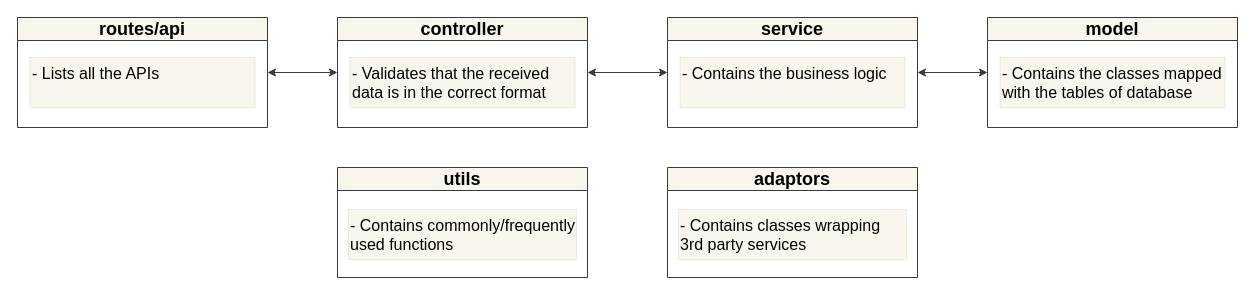
Before: docs/System Architecture.drawio in busycaesar/Content_Driven_LLM_APIs, a draw.io diagram. Source tidied: cells renumbered, new cells numbered last; positions are measured from the earlier drawing's top-left corner, leaving out a move shared by most shapes. Both pictures are drawn from the tidied source at 100%, with x=0, y=0 at pixel (17, 17).
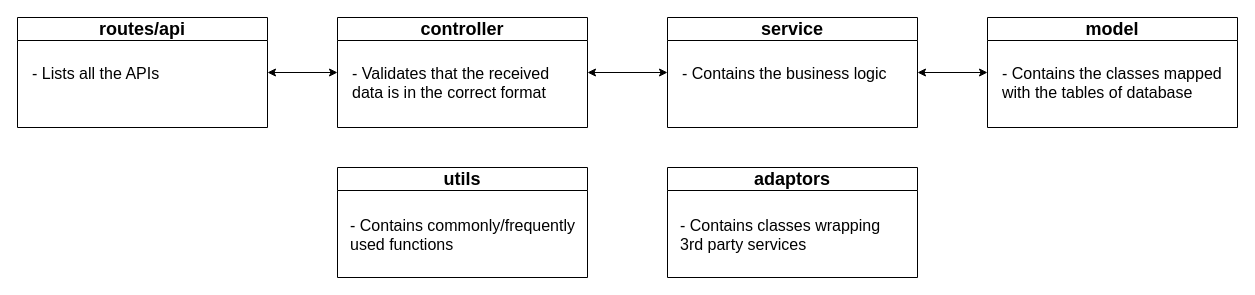
The same diagram, later.

What changed in the source:
```diff
@@
 <mxGraphModel>
   <root>
     <mxCell id="0" />
     <mxCell id="1" parent="0" />
-    <mxCell id="2" value="&lt;font style=&quot;font-size: 18px;&quot;&gt;model&lt;/font&gt;" style="swimlane;whiteSpace=wrap;html=1;fillColor=#f9f7ed;strokeColor=#36393d;" parent="1" vertex="1">
+    <mxCell id="2" value="&lt;font style=&quot;font-size: 18px;&quot;&gt;model&lt;/font&gt;" style="swimlane;whiteSpace=wrap;html=1;strokeWidth=1;" parent="1" vertex="1">
       <mxGeometry x="970" width="250" height="110" as="geometry" />
     </mxCell>
-    <mxCell id="3" value="&lt;span style=&quot;font-size: 16px;&quot;&gt;- Contains the classes mapped with the tables of database&lt;/span&gt;" style="text;html=1;align=left;verticalAlign=top;whiteSpace=wrap;rounded=0;fillColor=#f9f7ed;strokeColor=#36393d;strokeWidth=0;" parent="2" vertex="1">
+    <mxCell id="3" value="&lt;span style=&quot;font-size: 16px;&quot;&gt;- Contains the classes mapped with the tables of database&lt;/span&gt;" style="text;html=1;align=left;verticalAlign=top;whiteSpace=wrap;rounded=0;strokeWidth=0;" parent="2" vertex="1">
       <mxGeometry x="12.5" y="40" width="225" height="50" as="geometry" />
     </mxCell>
-    <mxCell id="4" value="&lt;font style=&quot;font-size: 18px;&quot;&gt;service&lt;/font&gt;" style="swimlane;whiteSpace=wrap;html=1;fillColor=#f9f7ed;strokeColor=#36393d;" parent="1" vertex="1">
+    <mxCell id="4" value="&lt;font style=&quot;font-size: 18px;&quot;&gt;service&lt;/font&gt;" style="swimlane;whiteSpace=wrap;html=1;strokeWidth=1;" parent="1" vertex="1">
       <mxGeometry x="650" width="250" height="110" as="geometry" />
     </mxCell>
-    <mxCell id="5" value="&lt;span style=&quot;font-size: 16px;&quot;&gt;- Contains the business logic&lt;/span&gt;" style="text;html=1;align=left;verticalAlign=top;whiteSpace=wrap;rounded=0;fillColor=#f9f7ed;strokeColor=#36393d;strokeWidth=0;" parent="4" vertex="1">
+    <mxCell id="5" value="&lt;span style=&quot;font-size: 16px;&quot;&gt;- Contains the business logic&lt;/span&gt;" style="text;html=1;align=left;verticalAlign=top;whiteSpace=wrap;rounded=0;strokeWidth=0;" parent="4" vertex="1">
       <mxGeometry x="12.5" y="40" width="225" height="50" as="geometry" />
     </mxCell>
-    <mxCell id="6" value="&lt;font style=&quot;font-size: 18px;&quot;&gt;controller&lt;/font&gt;" style="swimlane;whiteSpace=wrap;html=1;fillColor=#f9f7ed;strokeColor=#36393d;" parent="1" vertex="1">
+    <mxCell id="6" value="&lt;font style=&quot;font-size: 18px;&quot;&gt;controller&lt;/font&gt;" style="swimlane;whiteSpace=wrap;html=1;strokeWidth=1;" parent="1" vertex="1">
       <mxGeometry x="320" width="250" height="110" as="geometry" />
     </mxCell>
-    <mxCell id="7" value="&lt;span style=&quot;font-size: 16px;&quot;&gt;- Validates that the received data is in the correct format&lt;/span&gt;" style="text;html=1;align=left;verticalAlign=top;whiteSpace=wrap;rounded=0;fillColor=#f9f7ed;strokeColor=#36393d;strokeWidth=0;" parent="6" vertex="1">
+    <mxCell id="7" value="&lt;span style=&quot;font-size: 16px;&quot;&gt;- Validates that the received data is in the correct format&lt;/span&gt;" style="text;html=1;align=left;verticalAlign=top;whiteSpace=wrap;rounded=0;strokeWidth=0;" parent="6" vertex="1">
       <mxGeometry x="12.5" y="40" width="225" height="50" as="geometry" />
     </mxCell>
-    <mxCell id="8" value="&lt;font style=&quot;font-size: 18px;&quot;&gt;routes/api&lt;/font&gt;" style="swimlane;whiteSpace=wrap;html=1;fillColor=#f9f7ed;strokeColor=#36393d;" parent="1" vertex="1">
+    <mxCell id="8" value="&lt;font style=&quot;font-size: 18px;&quot;&gt;routes/api&lt;/font&gt;" style="swimlane;whiteSpace=wrap;html=1;strokeWidth=1;" parent="1" vertex="1">
       <mxGeometry width="250" height="110" as="geometry" />
     </mxCell>
-    <mxCell id="9" value="&lt;span style=&quot;font-size: 16px;&quot;&gt;- Lists all the APIs&lt;/span&gt;" style="text;html=1;align=left;verticalAlign=top;whiteSpace=wrap;rounded=0;fillColor=#f9f7ed;strokeColor=#36393d;strokeWidth=0;" parent="8" vertex="1">
+    <mxCell id="9" value="&lt;span style=&quot;font-size: 16px;&quot;&gt;- Lists all the APIs&lt;/span&gt;" style="text;html=1;align=left;verticalAlign=top;whiteSpace=wrap;rounded=0;strokeWidth=0;" parent="8" vertex="1">
       <mxGeometry x="12.5" y="40" width="225" height="50" as="geometry" />
     </mxCell>
-    <mxCell id="10" value="&lt;font style=&quot;font-size: 18px;&quot;&gt;utils&lt;/font&gt;" style="swimlane;whiteSpace=wrap;html=1;fillColor=#f9f7ed;strokeColor=#36393d;" parent="1" vertex="1">
+    <mxCell id="10" value="&lt;font style=&quot;font-size: 18px;&quot;&gt;utils&lt;/font&gt;" style="swimlane;whiteSpace=wrap;html=1;strokeWidth=1;" parent="1" vertex="1">
       <mxGeometry x="320" y="150" width="250" height="110" as="geometry" />
     </mxCell>
-    <mxCell id="11" value="&lt;span style=&quot;font-size: 16px;&quot;&gt;- Contains commonly/frequently used functions&lt;/span&gt;" style="text;html=1;align=left;verticalAlign=top;whiteSpace=wrap;rounded=0;fillColor=#f9f7ed;strokeColor=#36393d;strokeWidth=0;" parent="10" vertex="1">
+    <mxCell id="11" value="&lt;span style=&quot;font-size: 16px;&quot;&gt;- Contains commonly/frequently used functions&lt;/span&gt;" style="text;html=1;align=left;verticalAlign=top;whiteSpace=wrap;rounded=0;strokeWidth=0;" parent="10" vertex="1">
       <mxGeometry x="11.2" y="42" width="227.5" height="50" as="geometry" />
     </mxCell>
-    <mxCell id="12" style="endArrow=classic;startArrow=classic;html=1;rounded=0;exitX=1;exitY=0.5;exitDx=0;exitDy=0;entryX=0;entryY=0.5;entryDx=0;entryDy=0;fillColor=#f9f7ed;strokeColor=#36393d;" parent="1" edge="1" source="4" target="2">
+    <mxCell id="12" style="endArrow=classic;startArrow=classic;html=1;rounded=0;exitX=1;exitY=0.5;exitDx=0;exitDy=0;entryX=0;entryY=0.5;entryDx=0;entryDy=0;strokeWidth=1;" parent="1" edge="1" source="4" target="2">
       <mxGeometry relative="1" as="geometry" />
     </mxCell>
-    <mxCell id="13" style="endArrow=classic;startArrow=classic;html=1;rounded=0;exitX=1;exitY=0.5;exitDx=0;exitDy=0;entryX=0;entryY=0.5;entryDx=0;entryDy=0;fillColor=#f9f7ed;strokeColor=#36393d;" parent="1" edge="1" source="6" target="4">
+    <mxCell id="13" style="endArrow=classic;startArrow=classic;html=1;rounded=0;exitX=1;exitY=0.5;exitDx=0;exitDy=0;entryX=0;entryY=0.5;entryDx=0;entryDy=0;strokeWidth=1;" parent="1" edge="1" source="6" target="4">
       <mxGeometry relative="1" as="geometry" />
     </mxCell>
-    <mxCell id="14" style="endArrow=classic;startArrow=classic;html=1;rounded=0;exitX=1;exitY=0.5;exitDx=0;exitDy=0;entryX=0;entryY=0.5;entryDx=0;entryDy=0;fillColor=#f9f7ed;strokeColor=#36393d;" parent="1" edge="1" source="8" target="6">
+    <mxCell id="14" style="endArrow=classic;startArrow=classic;html=1;rounded=0;exitX=1;exitY=0.5;exitDx=0;exitDy=0;entryX=0;entryY=0.5;entryDx=0;entryDy=0;strokeWidth=1;" parent="1" edge="1" source="8" target="6">
       <mxGeometry relative="1" as="geometry" />
     </mxCell>
-    <mxCell id="15" value="&lt;font style=&quot;font-size: 18px;&quot;&gt;adaptors&lt;/font&gt;" style="swimlane;whiteSpace=wrap;html=1;fillColor=#f9f7ed;strokeColor=#36393d;" parent="1" vertex="1">
+    <mxCell id="15" value="&lt;font style=&quot;font-size: 18px;&quot;&gt;adaptors&lt;/font&gt;" style="swimlane;whiteSpace=wrap;html=1;strokeWidth=1;" parent="1" vertex="1">
       <mxGeometry x="650" y="150" width="250" height="110" as="geometry" />
     </mxCell>
-    <mxCell id="16" value="&lt;span style=&quot;font-size: 16px;&quot;&gt;- Contains classes wrapping 3rd party services&lt;/span&gt;" style="text;html=1;align=left;verticalAlign=top;whiteSpace=wrap;rounded=0;fillColor=#f9f7ed;strokeColor=#36393d;strokeWidth=0;" parent="15" vertex="1">
+    <mxCell id="16" value="&lt;span style=&quot;font-size: 16px;&quot;&gt;- Contains classes wrapping 3rd party services&lt;/span&gt;" style="text;html=1;align=left;verticalAlign=top;whiteSpace=wrap;rounded=0;strokeWidth=0;" parent="15" vertex="1">
       <mxGeometry x="11.2" y="42" width="227.5" height="50" as="geometry" />
     </mxCell>
   </root>
 </mxGraphModel>
```
